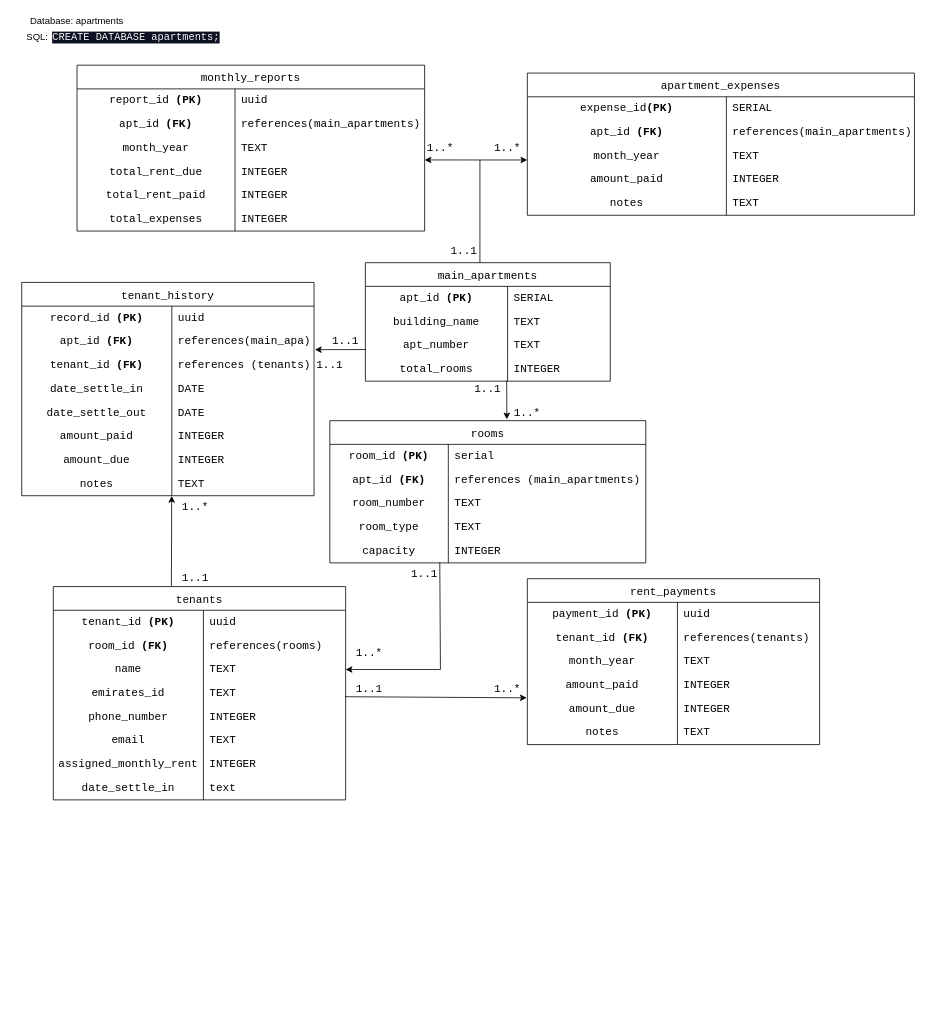
Above: server-beta/db/Documentation/Entities.drawio in buudi/system-beta (draw.io), before the change. Source tidied: cells renumbered, new cells numbered last; positions are measured from the earlier drawing's top-left corner, leaving out a move shared by most shapes. Both pictures are drawn from the tidied source at 79%, with x=0, y=0 at pixel (13, 13).
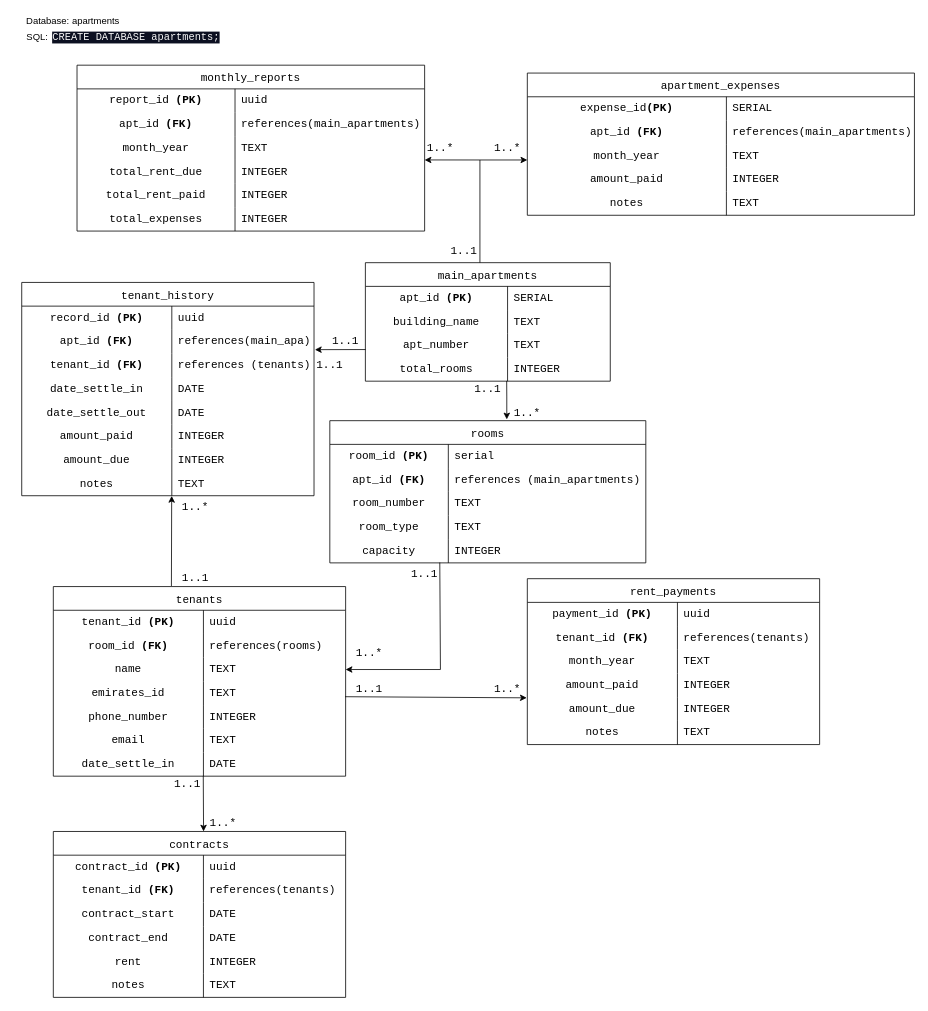
Above is the later version.

Commit message (it also covers changes not shown here):
removed the contract fetch for inefficiency

Unchanged cells that the change refers to:
```xml
<mxCell id="53" style="shape=tableRow;horizontal=0;startSize=0;swimlaneHead=0;swimlaneBody=0;top=0;left=0;bottom=0;right=0;fillColor=none;points=[[0,0.5],[1,0.5]];portConstraint=eastwest;strokeColor=inherit;fontSize=16;fontFamily=Courier New;" parent="34" vertex="1">
  <mxGeometry y="210" width="370" height="30" as="geometry" />
</mxCell>
```

What changed in the source:
```diff
@@
     <mxCell id="2" value="Database: apartments" style="text;html=1;strokeColor=none;fillColor=none;align=center;verticalAlign=middle;whiteSpace=wrap;rounded=0;" parent="1" vertex="1">
-      <mxGeometry x="10" width="140" height="20" as="geometry" />
+      <mxGeometry x="10" width="130" height="20" as="geometry" />
     </mxCell>
@@
     <mxCell id="34" value="tenants" style="shape=table;startSize=30;childLayout=tableLayout;rowLines=0;fontStyle=0;strokeColor=default;fontSize=14;fontFamily=Courier New;" parent="1" vertex="1">
-      <mxGeometry x="50" y="725" width="370" height="270" as="geometry" />
+      <mxGeometry x="50" y="725" width="370" height="240" as="geometry" />
     </mxCell>
@@
-    <mxCell id="54" value="assigned_monthly_rent" style="shape=partialRectangle;html=1;whiteSpace=wrap;fillColor=none;top=0;left=0;bottom=0;right=0;overflow=hidden;strokeColor=inherit;fontSize=14;fontFamily=Courier New;" parent="53" vertex="1">
+    <mxCell id="54" value="date_settle_in" style="shape=partialRectangle;html=1;whiteSpace=wrap;fillColor=none;top=0;left=0;bottom=0;right=0;overflow=hidden;strokeColor=inherit;fontSize=14;fontFamily=Courier New;" parent="53" vertex="1">
       <mxGeometry width="190" height="30" as="geometry" />
     </mxCell>
-    <mxCell id="55" value="INTEGER" style="shape=partialRectangle;html=1;whiteSpace=wrap;fillColor=none;top=0;left=0;bottom=0;right=0;align=left;spacingLeft=6;overflow=hidden;strokeColor=inherit;fontSize=14;fontFamily=Courier New;" parent="53" vertex="1">
+    <mxCell id="55" value="DATE" style="shape=partialRectangle;html=1;whiteSpace=wrap;fillColor=none;top=0;left=0;bottom=0;right=0;align=left;spacingLeft=6;overflow=hidden;strokeColor=inherit;fontSize=14;fontFamily=Courier New;" parent="53" vertex="1">
       <mxGeometry x="190" width="180" height="30" as="geometry" />
     </mxCell>
-    <mxCell id="56" style="shape=tableRow;horizontal=0;startSize=0;swimlaneHead=0;swimlaneBody=0;top=0;left=0;bottom=0;right=0;fillColor=none;strokeColor=inherit;fontSize=16;fontFamily=Courier New;" parent="34" vertex="1">
-      <mxGeometry y="240" width="370" height="30" as="geometry" />
-    </mxCell>
-    <mxCell id="57" value="date_settle_in" style="shape=partialRectangle;html=1;whiteSpace=wrap;fillColor=none;top=0;left=0;bottom=0;right=0;overflow=hidden;strokeColor=inherit;fontSize=14;fontFamily=Courier New;" parent="56" vertex="1">
-      <mxGeometry width="190" height="30" as="geometry" />
-    </mxCell>
-    <mxCell id="58" value="text" style="shape=partialRectangle;html=1;whiteSpace=wrap;fillColor=none;top=0;left=0;bottom=0;right=0;align=left;spacingLeft=6;overflow=hidden;strokeColor=inherit;fontSize=14;fontFamily=Courier New;" parent="56" vertex="1">
-      <mxGeometry x="190" width="180" height="30" as="geometry" />
-    </mxCell>
@@
+    <mxCell id="158" value="contracts" style="shape=table;startSize=30;childLayout=tableLayout;rowLines=0;fontStyle=0;strokeColor=default;fontSize=14;fontFamily=Courier New;" parent="1" vertex="1">
+      <mxGeometry x="50" y="1035" width="370" height="210" as="geometry" />
+    </mxCell>
+    <mxCell id="159" style="shape=tableRow;horizontal=0;startSize=0;swimlaneHead=0;swimlaneBody=0;top=0;left=0;bottom=0;right=0;fillColor=none;strokeColor=inherit;fontSize=16;fontFamily=Courier New;" parent="158" vertex="1">
+      <mxGeometry y="30" width="370" height="30" as="geometry" />
+    </mxCell>
+    <mxCell id="160" value="contract_id &lt;b&gt;(PK)&lt;/b&gt;" style="shape=partialRectangle;html=1;whiteSpace=wrap;fillColor=none;top=0;left=0;bottom=0;right=0;overflow=hidden;strokeColor=inherit;fontSize=14;fontFamily=Courier New;" parent="159" vertex="1">
+      <mxGeometry width="190" height="30" as="geometry" />
+    </mxCell>
+    <mxCell id="161" value="uuid" style="shape=partialRectangle;html=1;whiteSpace=wrap;fillColor=none;top=0;left=0;bottom=0;right=0;align=left;spacingLeft=6;overflow=hidden;strokeColor=inherit;fontSize=14;fontFamily=Courier New;" parent="159" vertex="1">
+      <mxGeometry x="190" width="180" height="30" as="geometry" />
+    </mxCell>
+    <mxCell id="162" style="shape=tableRow;horizontal=0;startSize=0;swimlaneHead=0;swimlaneBody=0;top=0;left=0;bottom=0;right=0;fillColor=none;strokeColor=inherit;fontSize=16;fontFamily=Courier New;" parent="158" vertex="1">
+      <mxGeometry y="60" width="370" height="30" as="geometry" />
+    </mxCell>
+    <mxCell id="163" value="tenant_id &lt;b&gt;(FK)&lt;/b&gt;" style="shape=partialRectangle;html=1;whiteSpace=wrap;fillColor=none;top=0;left=0;bottom=0;right=0;overflow=hidden;strokeColor=inherit;fontSize=14;fontFamily=Courier New;" parent="162" vertex="1">
+      <mxGeometry width="190" height="30" as="geometry" />
+    </mxCell>
+    <mxCell id="164" value="references(tenants)" style="shape=partialRectangle;html=1;whiteSpace=wrap;fillColor=none;top=0;left=0;bottom=0;right=0;align=left;spacingLeft=6;overflow=hidden;strokeColor=inherit;fontSize=14;fontFamily=Courier New;" parent="162" vertex="1">
+      <mxGeometry x="190" width="180" height="30" as="geometry" />
+    </mxCell>
+    <mxCell id="165" style="shape=tableRow;horizontal=0;startSize=0;swimlaneHead=0;swimlaneBody=0;top=0;left=0;bottom=0;right=0;fillColor=none;strokeColor=inherit;fontSize=16;fontFamily=Courier New;" parent="158" vertex="1">
+      <mxGeometry y="90" width="370" height="30" as="geometry" />
+    </mxCell>
+    <mxCell id="166" value="contract_start" style="shape=partialRectangle;html=1;whiteSpace=wrap;fillColor=none;top=0;left=0;bottom=0;right=0;overflow=hidden;strokeColor=inherit;fontSize=14;fontFamily=Courier New;" parent="165" vertex="1">
+      <mxGeometry width="190" height="30" as="geometry" />
+    </mxCell>
+    <mxCell id="167" value="DATE" style="shape=partialRectangle;html=1;whiteSpace=wrap;fillColor=none;top=0;left=0;bottom=0;right=0;align=left;spacingLeft=6;overflow=hidden;strokeColor=inherit;fontSize=14;fontFamily=Courier New;" parent="165" vertex="1">
+      <mxGeometry x="190" width="180" height="30" as="geometry" />
+    </mxCell>
+    <mxCell id="168" style="shape=tableRow;horizontal=0;startSize=0;swimlaneHead=0;swimlaneBody=0;top=0;left=0;bottom=0;right=0;fillColor=none;strokeColor=inherit;fontSize=16;fontFamily=Courier New;" parent="158" vertex="1">
+      <mxGeometry y="120" width="370" height="30" as="geometry" />
+    </mxCell>
+    <mxCell id="169" value="contract_end" style="shape=partialRectangle;html=1;whiteSpace=wrap;fillColor=none;top=0;left=0;bottom=0;right=0;overflow=hidden;strokeColor=inherit;fontSize=14;fontFamily=Courier New;" parent="168" vertex="1">
+      <mxGeometry width="190" height="30" as="geometry" />
+    </mxCell>
+    <mxCell id="170" value="DATE" style="shape=partialRectangle;html=1;whiteSpace=wrap;fillColor=none;top=0;left=0;bottom=0;right=0;align=left;spacingLeft=6;overflow=hidden;strokeColor=inherit;fontSize=14;fontFamily=Courier New;" parent="168" vertex="1">
+      <mxGeometry x="190" width="180" height="30" as="geometry" />
+    </mxCell>
+    <mxCell id="171" style="shape=tableRow;horizontal=0;startSize=0;swimlaneHead=0;swimlaneBody=0;top=0;left=0;bottom=0;right=0;fillColor=none;strokeColor=inherit;fontSize=16;fontFamily=Courier New;" parent="158" vertex="1">
+      <mxGeometry y="150" width="370" height="30" as="geometry" />
+    </mxCell>
+    <mxCell id="172" value="rent" style="shape=partialRectangle;html=1;whiteSpace=wrap;fillColor=none;top=0;left=0;bottom=0;right=0;overflow=hidden;strokeColor=inherit;fontSize=14;fontFamily=Courier New;" parent="171" vertex="1">
+      <mxGeometry width="190" height="30" as="geometry" />
+    </mxCell>
+    <mxCell id="173" value="INTEGER" style="shape=partialRectangle;html=1;whiteSpace=wrap;fillColor=none;top=0;left=0;bottom=0;right=0;align=left;spacingLeft=6;overflow=hidden;strokeColor=inherit;fontSize=14;fontFamily=Courier New;" parent="171" vertex="1">
+      <mxGeometry x="190" width="180" height="30" as="geometry" />
+    </mxCell>
+    <mxCell id="174" style="shape=tableRow;horizontal=0;startSize=0;swimlaneHead=0;swimlaneBody=0;top=0;left=0;bottom=0;right=0;fillColor=none;strokeColor=inherit;fontSize=16;fontFamily=Courier New;" parent="158" vertex="1">
+      <mxGeometry y="180" width="370" height="30" as="geometry" />
+    </mxCell>
+    <mxCell id="175" value="notes" style="shape=partialRectangle;html=1;whiteSpace=wrap;fillColor=none;top=0;left=0;bottom=0;right=0;overflow=hidden;strokeColor=inherit;fontSize=14;fontFamily=Courier New;" parent="174" vertex="1">
+      <mxGeometry width="190" height="30" as="geometry" />
+    </mxCell>
+    <mxCell id="176" value="TEXT" style="shape=partialRectangle;html=1;whiteSpace=wrap;fillColor=none;top=0;left=0;bottom=0;right=0;align=left;spacingLeft=6;overflow=hidden;strokeColor=inherit;fontSize=14;fontFamily=Courier New;" parent="174" vertex="1">
+      <mxGeometry x="190" width="180" height="30" as="geometry" />
+    </mxCell>
+    <mxCell id="177" style="endArrow=classic;html=1;rounded=0;entryX=0.514;entryY=0;entryDx=0;entryDy=0;entryPerimeter=0;exitX=0.513;exitY=0.988;exitDx=0;exitDy=0;exitPerimeter=0;" parent="1" edge="1" source="53" target="158">
+      <mxGeometry relative="1" as="geometry" />
+    </mxCell>
+    <mxCell id="178" value="1..*" style="text;html=1;strokeColor=none;fillColor=none;align=center;verticalAlign=middle;whiteSpace=wrap;rounded=0;fontSize=14;fontFamily=Courier New;" parent="1" vertex="1">
+      <mxGeometry x="240" y="1015" width="50" height="20" as="geometry" />
+    </mxCell>
+    <mxCell id="179" value="1..1" style="text;html=1;strokeColor=none;fillColor=none;align=center;verticalAlign=middle;whiteSpace=wrap;rounded=0;fontSize=14;fontFamily=Courier New;" parent="1" vertex="1">
+      <mxGeometry x="200" y="965" width="40" height="20" as="geometry" />
+    </mxCell>
```
